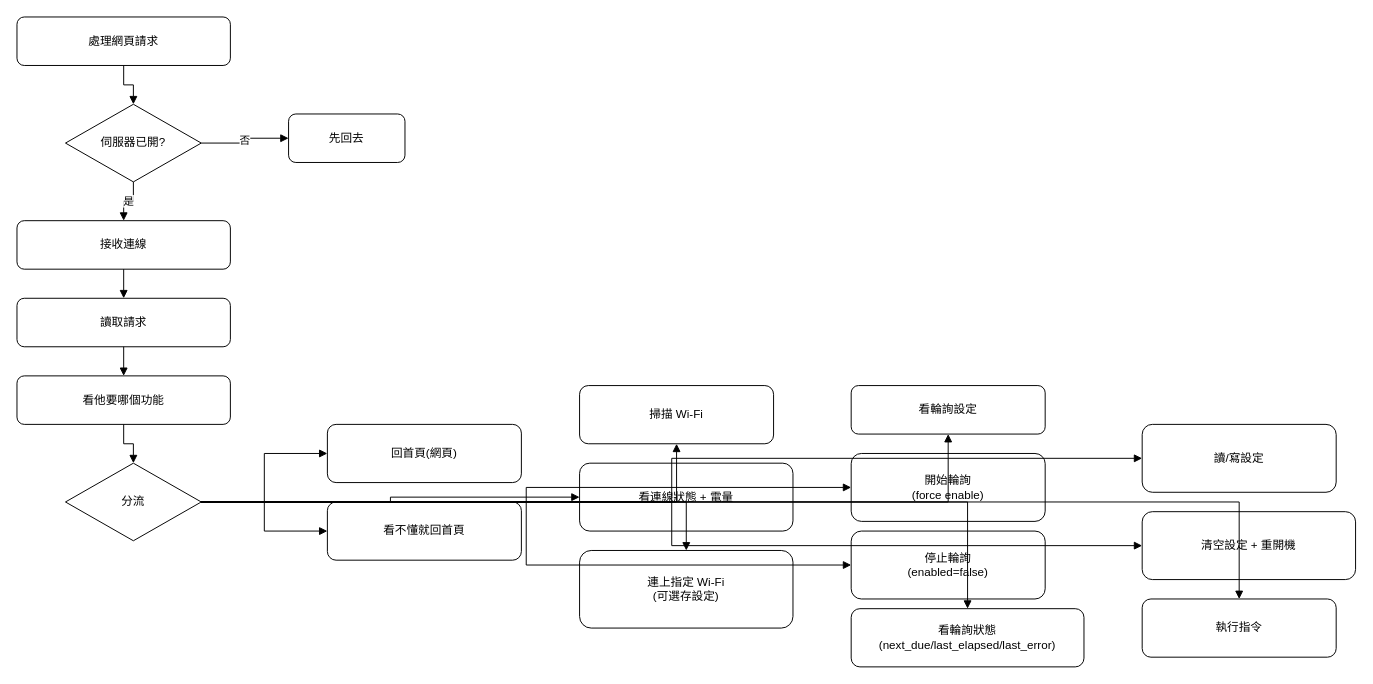
Before: http_flow.drawio in Sherman-Chung/Pico_WiFitoRS, a draw.io diagram. Source tidied: cells renumbered, new cells numbered last; positions are measured from the earlier drawing's top-left corner, leaving out a move shared by most shapes. Both pictures are drawn from the tidied source at 97%, with x=0, y=0 at pixel (16, 16).
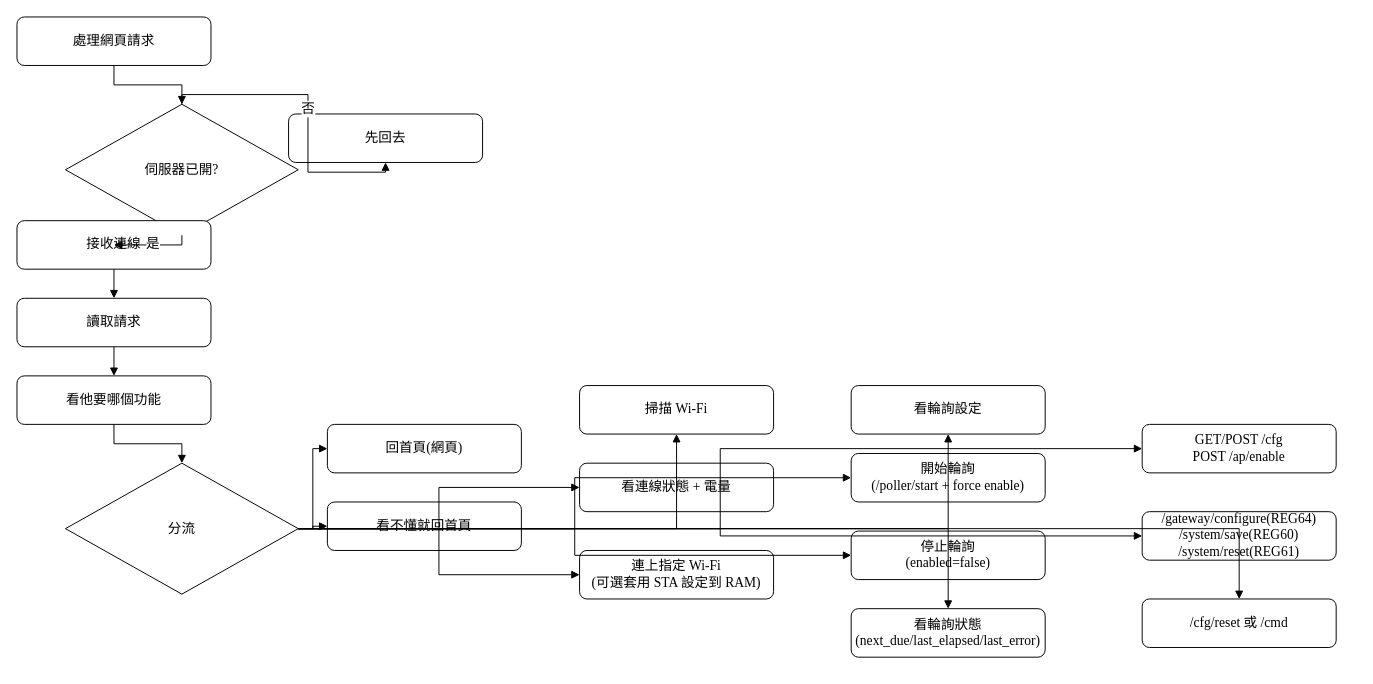
The same page after the edit.

What changed in the source:
```diff
@@
-    <mxCell id="2" value="處理網頁請求" style="rounded=1;whiteSpace=wrap;html=1;" parent="1" vertex="1">
-      <mxGeometry width="220" height="50" as="geometry" />
+    <mxCell id="2" value="處理網頁請求" style="fontSize=14;fontFamily=Times New Roman;rounded=1;whiteSpace=wrap;html=1;" parent="1" vertex="1">
+      <mxGeometry width="200" height="50" as="geometry" />
     </mxCell>
-    <mxCell id="3" value="伺服器已開?" style="rhombus;whiteSpace=wrap;html=1;" parent="1" vertex="1">
-      <mxGeometry x="50" y="90" width="140" height="80" as="geometry" />
+    <mxCell id="3" value="伺服器已開?" style="fontSize=14;fontFamily=Times New Roman;rhombus;whiteSpace=wrap;html=1;" parent="1" vertex="1">
+      <mxGeometry x="50" y="90" width="240" height="135" as="geometry" />
     </mxCell>
-    <mxCell id="4" value="先回去" style="rounded=1;whiteSpace=wrap;html=1;" parent="1" vertex="1">
-      <mxGeometry x="280" y="100" width="120" height="50" as="geometry" />
+    <mxCell id="4" value="先回去" style="fontSize=14;fontFamily=Times New Roman;rounded=1;whiteSpace=wrap;html=1;" parent="1" vertex="1">
+      <mxGeometry x="280" y="100" width="200" height="50" as="geometry" />
     </mxCell>
-    <mxCell id="5" value="接收連線" style="rounded=1;whiteSpace=wrap;html=1;" parent="1" vertex="1">
-      <mxGeometry y="210" width="220" height="50" as="geometry" />
+    <mxCell id="5" value="接收連線" style="fontSize=14;fontFamily=Times New Roman;rounded=1;whiteSpace=wrap;html=1;" parent="1" vertex="1">
+      <mxGeometry y="210" width="200" height="50" as="geometry" />
     </mxCell>
-    <mxCell id="6" value="讀取請求" style="rounded=1;whiteSpace=wrap;html=1;" parent="1" vertex="1">
-      <mxGeometry y="290" width="220" height="50" as="geometry" />
+    <mxCell id="6" value="讀取請求" style="fontSize=14;fontFamily=Times New Roman;rounded=1;whiteSpace=wrap;html=1;" parent="1" vertex="1">
+      <mxGeometry y="290" width="200" height="50" as="geometry" />
     </mxCell>
-    <mxCell id="7" value="看他要哪個功能" style="rounded=1;whiteSpace=wrap;html=1;" parent="1" vertex="1">
-      <mxGeometry y="370" width="220" height="50" as="geometry" />
+    <mxCell id="7" value="看他要哪個功能" style="fontSize=14;fontFamily=Times New Roman;rounded=1;whiteSpace=wrap;html=1;" parent="1" vertex="1">
+      <mxGeometry y="370" width="200" height="50" as="geometry" />
     </mxCell>
-    <mxCell id="8" value="分流" style="rhombus;whiteSpace=wrap;html=1;" parent="1" vertex="1">
-      <mxGeometry x="50" y="460" width="140" height="80" as="geometry" />
+    <mxCell id="8" value="分流" style="fontSize=14;fontFamily=Times New Roman;rhombus;whiteSpace=wrap;html=1;" parent="1" vertex="1">
+      <mxGeometry x="50" y="460" width="240" height="135" as="geometry" />
     </mxCell>
-    <mxCell id="9" value="回首頁(網頁)" style="rounded=1;whiteSpace=wrap;html=1;" parent="1" vertex="1">
-      <mxGeometry x="320" y="420" width="200" height="60" as="geometry" />
+    <mxCell id="9" value="回首頁(網頁)" style="fontSize=14;fontFamily=Times New Roman;rounded=1;whiteSpace=wrap;html=1;" parent="1" vertex="1">
+      <mxGeometry x="320" y="420" width="200" height="50" as="geometry" />
     </mxCell>
-    <mxCell id="10" value="看不懂就回首頁" style="rounded=1;whiteSpace=wrap;html=1;" parent="1" vertex="1">
-      <mxGeometry x="320" y="500" width="200" height="60" as="geometry" />
+    <mxCell id="10" value="看不懂就回首頁" style="fontSize=14;fontFamily=Times New Roman;rounded=1;whiteSpace=wrap;html=1;" parent="1" vertex="1">
+      <mxGeometry x="320" y="500" width="200" height="50" as="geometry" />
     </mxCell>
-    <mxCell id="11" value="掃描 Wi‑Fi" style="rounded=1;whiteSpace=wrap;html=1;" parent="1" vertex="1">
-      <mxGeometry x="580" y="380" width="200" height="60" as="geometry" />
+    <mxCell id="11" value="掃描 Wi‑Fi" style="fontSize=14;fontFamily=Times New Roman;rounded=1;whiteSpace=wrap;html=1;" parent="1" vertex="1">
+      <mxGeometry x="580" y="380" width="200" height="50" as="geometry" />
     </mxCell>
-    <mxCell id="12" value="看連線狀態 + 電量" style="rounded=1;whiteSpace=wrap;html=1;" parent="1" vertex="1">
-      <mxGeometry x="580" y="460" width="220" height="70" as="geometry" />
+    <mxCell id="12" value="看連線狀態 + 電量" style="fontSize=14;fontFamily=Times New Roman;rounded=1;whiteSpace=wrap;html=1;" parent="1" vertex="1">
+      <mxGeometry x="580" y="460" width="200" height="50" as="geometry" />
     </mxCell>
-    <mxCell id="13" value="連上指定 Wi‑Fi&#10;(可選存設定)" style="rounded=1;whiteSpace=wrap;html=1;" parent="1" vertex="1">
-      <mxGeometry x="580" y="550" width="220" height="80" as="geometry" />
+    <mxCell id="13" value="連上指定 Wi‑Fi&#10;(可選套用 STA 設定到 RAM)" style="fontSize=14;fontFamily=Times New Roman;rounded=1;whiteSpace=wrap;html=1;" parent="1" vertex="1">
+      <mxGeometry x="580" y="550" width="200" height="50" as="geometry" />
     </mxCell>
-    <mxCell id="14" value="看輪詢設定" style="rounded=1;whiteSpace=wrap;html=1;" parent="1" vertex="1">
+    <mxCell id="14" value="看輪詢設定" style="fontSize=14;fontFamily=Times New Roman;rounded=1;whiteSpace=wrap;html=1;" parent="1" vertex="1">
       <mxGeometry x="860" y="380" width="200" height="50" as="geometry" />
     </mxCell>
-    <mxCell id="15" value="開始輪詢&#10;(force enable)" style="rounded=1;whiteSpace=wrap;html=1;" parent="1" vertex="1">
-      <mxGeometry x="860" y="450" width="200" height="70" as="geometry" />
+    <mxCell id="15" value="開始輪詢&#10;(/poller/start + force enable)" style="fontSize=14;fontFamily=Times New Roman;rounded=1;whiteSpace=wrap;html=1;" parent="1" vertex="1">
+      <mxGeometry x="860" y="450" width="200" height="50" as="geometry" />
     </mxCell>
-    <mxCell id="16" value="停止輪詢&#10;(enabled=false)" style="rounded=1;whiteSpace=wrap;html=1;" parent="1" vertex="1">
-      <mxGeometry x="860" y="530" width="200" height="70" as="geometry" />
+    <mxCell id="16" value="停止輪詢&#10;(enabled=false)" style="fontSize=14;fontFamily=Times New Roman;rounded=1;whiteSpace=wrap;html=1;" parent="1" vertex="1">
+      <mxGeometry x="860" y="530" width="200" height="50" as="geometry" />
     </mxCell>
-    <mxCell id="17" value="看輪詢狀態&#10;(next_due/last_elapsed/last_error)" style="rounded=1;whiteSpace=wrap;html=1;" parent="1" vertex="1">
-      <mxGeometry x="860" y="610" width="240" height="60" as="geometry" />
+    <mxCell id="17" value="看輪詢狀態&#10;(next_due/last_elapsed/last_error)" style="fontSize=14;fontFamily=Times New Roman;rounded=1;whiteSpace=wrap;html=1;" parent="1" vertex="1">
+      <mxGeometry x="860" y="610" width="200" height="50" as="geometry" />
     </mxCell>
-    <mxCell id="18" value="讀/寫設定" style="rounded=1;whiteSpace=wrap;html=1;" parent="1" vertex="1">
-      <mxGeometry x="1160" y="420" width="200" height="70" as="geometry" />
+    <mxCell id="18" value="GET/POST /cfg&#10;POST /ap/enable" style="fontSize=14;fontFamily=Times New Roman;rounded=1;whiteSpace=wrap;html=1;" parent="1" vertex="1">
+      <mxGeometry x="1160" y="420" width="200" height="50" as="geometry" />
     </mxCell>
-    <mxCell id="19" value="清空設定 + 重開機" style="rounded=1;whiteSpace=wrap;html=1;" parent="1" vertex="1">
-      <mxGeometry x="1160" y="510" width="220" height="70" as="geometry" />
+    <mxCell id="19" value="/gateway/configure(REG64)&#10;/system/save(REG60) /system/reset(REG61)" style="fontSize=14;fontFamily=Times New Roman;rounded=1;whiteSpace=wrap;html=1;" parent="1" vertex="1">
+      <mxGeometry x="1160" y="510" width="200" height="50" as="geometry" />
     </mxCell>
-    <mxCell id="20" value="執行指令" style="rounded=1;whiteSpace=wrap;html=1;" parent="1" vertex="1">
-      <mxGeometry x="1160" y="600" width="200" height="60" as="geometry" />
+    <mxCell id="20" value="/cfg/reset 或 /cmd" style="fontSize=14;fontFamily=Times New Roman;rounded=1;whiteSpace=wrap;html=1;" parent="1" vertex="1">
+      <mxGeometry x="1160" y="600" width="200" height="50" as="geometry" />
     </mxCell>
-    <mxCell id="21" style="edgeStyle=orthogonalEdgeStyle;rounded=0;html=1;endArrow=block;" parent="1" edge="1" source="2" target="3">
+    <mxCell id="21" style="fontSize=14;fontFamily=Times New Roman;edgeStyle=orthogonalEdgeStyle;rounded=0;html=1;endArrow=block;" parent="1" edge="1" source="2" target="3">
       <mxGeometry relative="1" as="geometry" />
     </mxCell>
-    <mxCell id="22" value="否" style="edgeStyle=orthogonalEdgeStyle;rounded=0;html=1;endArrow=block;" parent="1" edge="1" source="3" target="4">
+    <mxCell id="22" value="否" style="fontSize=14;fontFamily=Times New Roman;edgeStyle=orthogonalEdgeStyle;rounded=0;html=1;endArrow=block;" parent="1" edge="1" source="3" target="4">
       <mxGeometry relative="1" as="geometry" />
     </mxCell>
-    <mxCell id="23" value="是" style="edgeStyle=orthogonalEdgeStyle;rounded=0;html=1;endArrow=block;" parent="1" edge="1" source="3" target="5">
+    <mxCell id="23" value="是" style="fontSize=14;fontFamily=Times New Roman;edgeStyle=orthogonalEdgeStyle;rounded=0;html=1;endArrow=block;" parent="1" edge="1" source="3" target="5">
       <mxGeometry relative="1" as="geometry" />
     </mxCell>
-    <mxCell id="24" style="edgeStyle=orthogonalEdgeStyle;rounded=0;html=1;endArrow=block;" parent="1" edge="1" source="5" target="6">
+    <mxCell id="24" style="fontSize=14;fontFamily=Times New Roman;edgeStyle=orthogonalEdgeStyle;rounded=0;html=1;endArrow=block;" parent="1" edge="1" source="5" target="6">
       <mxGeometry relative="1" as="geometry" />
     </mxCell>
-    <mxCell id="25" style="edgeStyle=orthogonalEdgeStyle;rounded=0;html=1;endArrow=block;" parent="1" edge="1" source="6" target="7">
+    <mxCell id="25" style="fontSize=14;fontFamily=Times New Roman;edgeStyle=orthogonalEdgeStyle;rounded=0;html=1;endArrow=block;" parent="1" edge="1" source="6" target="7">
       <mxGeometry relative="1" as="geometry" />
     </mxCell>
-    <mxCell id="26" style="edgeStyle=orthogonalEdgeStyle;rounded=0;html=1;endArrow=block;" parent="1" edge="1" source="7" target="8">
+    <mxCell id="26" style="fontSize=14;fontFamily=Times New Roman;edgeStyle=orthogonalEdgeStyle;rounded=0;html=1;endArrow=block;" parent="1" edge="1" source="7" target="8">
       <mxGeometry relative="1" as="geometry" />
     </mxCell>
-    <mxCell id="27" style="edgeStyle=orthogonalEdgeStyle;rounded=0;html=1;endArrow=block;" parent="1" edge="1" source="8" target="9">
+    <mxCell id="27" style="fontSize=14;fontFamily=Times New Roman;edgeStyle=orthogonalEdgeStyle;rounded=0;html=1;endArrow=block;" parent="1" edge="1" source="8" target="9">
       <mxGeometry relative="1" as="geometry" />
     </mxCell>
-    <mxCell id="28" style="edgeStyle=orthogonalEdgeStyle;rounded=0;html=1;endArrow=block;" parent="1" edge="1" source="8" target="10">
+    <mxCell id="28" style="fontSize=14;fontFamily=Times New Roman;edgeStyle=orthogonalEdgeStyle;rounded=0;html=1;endArrow=block;" parent="1" edge="1" source="8" target="10">
       <mxGeometry relative="1" as="geometry" />
     </mxCell>
-    <mxCell id="29" style="edgeStyle=orthogonalEdgeStyle;rounded=0;html=1;endArrow=block;" parent="1" edge="1" source="8" target="11">
+    <mxCell id="29" style="fontSize=14;fontFamily=Times New Roman;edgeStyle=orthogonalEdgeStyle;rounded=0;html=1;endArrow=block;" parent="1" edge="1" source="8" target="11">
       <mxGeometry relative="1" as="geometry" />
     </mxCell>
-    <mxCell id="30" style="edgeStyle=orthogonalEdgeStyle;rounded=0;html=1;endArrow=block;" parent="1" edge="1" source="8" target="12">
+    <mxCell id="30" style="fontSize=14;fontFamily=Times New Roman;edgeStyle=orthogonalEdgeStyle;rounded=0;html=1;endArrow=block;" parent="1" edge="1" source="8" target="12">
       <mxGeometry relative="1" as="geometry" />
     </mxCell>
-    <mxCell id="31" style="edgeStyle=orthogonalEdgeStyle;rounded=0;html=1;endArrow=block;" parent="1" edge="1" source="8" target="13">
+    <mxCell id="31" style="fontSize=14;fontFamily=Times New Roman;edgeStyle=orthogonalEdgeStyle;rounded=0;html=1;endArrow=block;" parent="1" edge="1" source="8" target="13">
       <mxGeometry relative="1" as="geometry" />
     </mxCell>
-    <mxCell id="32" style="edgeStyle=orthogonalEdgeStyle;rounded=0;html=1;endArrow=block;" parent="1" edge="1" source="8" target="14">
+    <mxCell id="32" style="fontSize=14;fontFamily=Times New Roman;edgeStyle=orthogonalEdgeStyle;rounded=0;html=1;endArrow=block;" parent="1" edge="1" source="8" target="14">
       <mxGeometry relative="1" as="geometry" />
     </mxCell>
-    <mxCell id="33" style="edgeStyle=orthogonalEdgeStyle;rounded=0;html=1;endArrow=block;" parent="1" edge="1" source="8" target="15">
+    <mxCell id="33" style="fontSize=14;fontFamily=Times New Roman;edgeStyle=orthogonalEdgeStyle;rounded=0;html=1;endArrow=block;" parent="1" edge="1" source="8" target="15">
       <mxGeometry relative="1" as="geometry" />
     </mxCell>
-    <mxCell id="34" style="edgeStyle=orthogonalEdgeStyle;rounded=0;html=1;endArrow=block;" parent="1" edge="1" source="8" target="16">
+    <mxCell id="34" style="fontSize=14;fontFamily=Times New Roman;edgeStyle=orthogonalEdgeStyle;rounded=0;html=1;endArrow=block;" parent="1" edge="1" source="8" target="16">
       <mxGeometry relative="1" as="geometry" />
     </mxCell>
-    <mxCell id="35" style="edgeStyle=orthogonalEdgeStyle;rounded=0;html=1;endArrow=block;" parent="1" edge="1" source="8" target="17">
+    <mxCell id="35" style="fontSize=14;fontFamily=Times New Roman;edgeStyle=orthogonalEdgeStyle;rounded=0;html=1;endArrow=block;" parent="1" edge="1" source="8" target="17">
       <mxGeometry relative="1" as="geometry" />
     </mxCell>
-    <mxCell id="36" style="edgeStyle=orthogonalEdgeStyle;rounded=0;html=1;endArrow=block;" parent="1" edge="1" source="8" target="18">
+    <mxCell id="36" style="fontSize=14;fontFamily=Times New Roman;edgeStyle=orthogonalEdgeStyle;rounded=0;html=1;endArrow=block;" parent="1" edge="1" source="8" target="18">
       <mxGeometry relative="1" as="geometry" />
     </mxCell>
-    <mxCell id="37" style="edgeStyle=orthogonalEdgeStyle;rounded=0;html=1;endArrow=block;" parent="1" edge="1" source="8" target="19">
+    <mxCell id="37" style="fontSize=14;fontFamily=Times New Roman;edgeStyle=orthogonalEdgeStyle;rounded=0;html=1;endArrow=block;" parent="1" edge="1" source="8" target="19">
       <mxGeometry relative="1" as="geometry" />
     </mxCell>
-    <mxCell id="38" style="edgeStyle=orthogonalEdgeStyle;rounded=0;html=1;endArrow=block;" parent="1" edge="1" source="8" target="20">
+    <mxCell id="38" style="fontSize=14;fontFamily=Times New Roman;edgeStyle=orthogonalEdgeStyle;rounded=0;html=1;endArrow=block;" parent="1" edge="1" source="8" target="20">
       <mxGeometry relative="1" as="geometry" />
     </mxCell>
```
